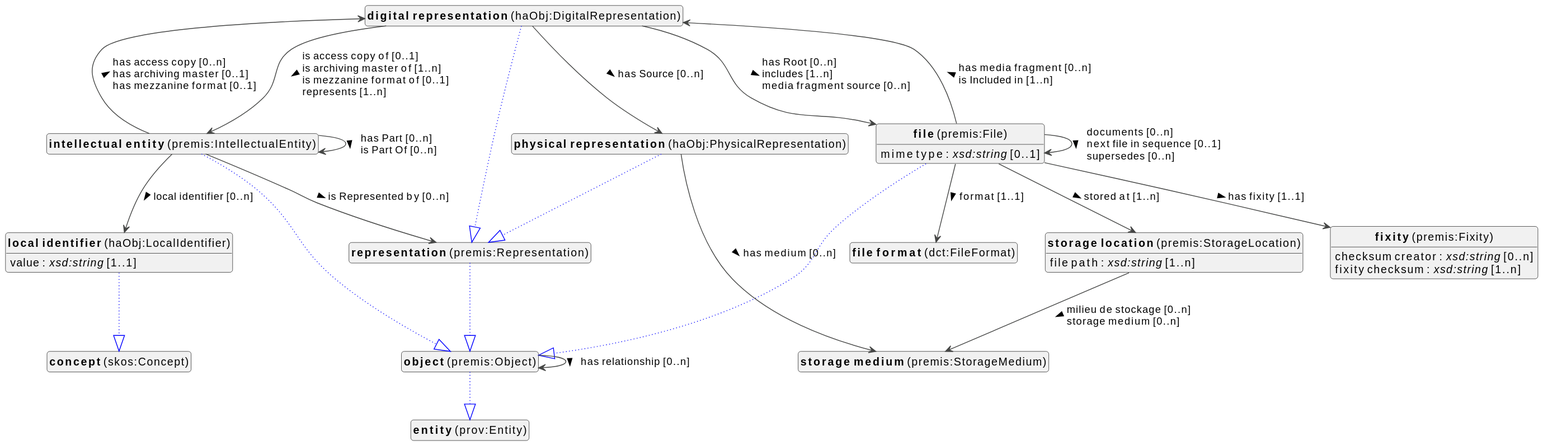
Before: docs/metadata/knowledge-graph/0.0.1/object/en/object-diagram.svg, a diagram exported from PlantUML (viaacode/documentation-jekyll).
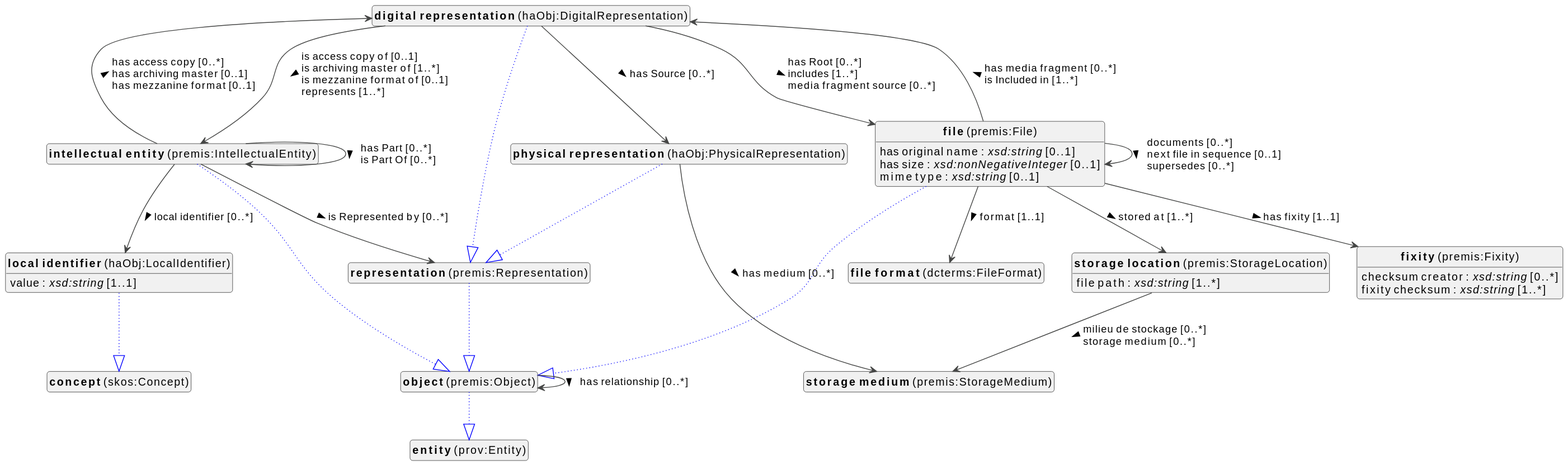
Above is the later version.

Diff of the diagram source:
```diff
@@ -14,7 +14,7 @@
 class "<b>representation</b> (premis:Representation)" as premis_Representation [[#premis%3ARepresentation]]
 class "<b>file</b> (premis:File)" as premis_File [[#premis%3AFile]]
 class "<b>object</b> (premis:Object)" as premis_Object [[#premis%3AObject]]
-class "<b>file format</b> (dct:FileFormat)" as dct_FileFormat [[#dct%3AFileFormat]]
+class "<b>file format</b> (dcterms:FileFormat)" as dcterms_FileFormat [[#dcterms%3AFileFormat]]
 class "<b>fixity</b> (premis:Fixity)" as premis_Fixity [[#premis%3AFixity]]
 class "<b>intellectual entity</b> (premis:IntellectualEntity)" as premis_IntellectualEntity [[#premis%3AIntellectualEntity]]
 class "<b>object</b> (premis:Object)" as premis_Object [[#premis%3AObject]]
@@ -31,33 +31,36 @@
 
 haObj_DigitalRepresentation --|> premis_Representation #blue;line.dotted;text:blue
 
-haObj_DigitalRepresentation --> haObj_PhysicalRepresentation :has Source [0..n]  >
-haObj_DigitalRepresentation --> premis_File :has Root [0..n]  \lincludes [1..n]  \lmedia fragment source [0..n]  >
-haObj_DigitalRepresentation --> premis_IntellectualEntity :is access copy of [0..1]  \lis archiving master of [1..n]  \lis mezzanine format of [0..1]  \lrepresents [1..n]  >
+haObj_DigitalRepresentation --> haObj_PhysicalRepresentation :has Source [0..*]  >
+haObj_DigitalRepresentation --> premis_File :has Root [0..*]  \lincludes [1..*]  \lmedia fragment source [0..*]  >
+haObj_DigitalRepresentation --> premis_IntellectualEntity :is access copy of [0..1]  \lis archiving master of [1..*]  \lis mezzanine format of [0..1]  \lrepresents [1..*]  >
 
 premis_File --|> premis_Object #blue;line.dotted;text:blue
 
+premis_File : has original name : <i>xsd:string</i> [0..1]
+premis_File : has size : <i>xsd:nonNegativeInteger</i> [0..1]
 premis_File : mime type : <i>xsd:string</i> [0..1]
-premis_File --> dct_FileFormat :format [1..1]  >
-premis_File --> haObj_DigitalRepresentation :has media fragment [0..n]  \lis Included in [1..n]  >
-premis_File --> premis_File :documents [0..n]  \lnext file in sequence [0..1]  \lsupersedes [0..n]  >
+premis_File --> dcterms_FileFormat :format [1..1]  >
+premis_File --> haObj_DigitalRepresentation :has media fragment [0..*]  \lis Included in [1..*]  >
+premis_File --> premis_File :documents [0..*]  \lnext file in sequence [0..1]  \lsupersedes [0..*]  >
 premis_File --> premis_Fixity :has fixity [1..1]  >
-premis_File --> premis_StorageLocation :stored at [1..n]  >
+premis_File --> premis_StorageLocation :stored at [1..*]  >
 
 
 
 
 
-premis_Fixity : checksum creator : <i>xsd:string</i> [0..n]
-premis_Fixity : fixity checksum : <i>xsd:string</i> [1..n]
+
+premis_Fixity : checksum creator : <i>xsd:string</i> [0..*]
+premis_Fixity : fixity checksum : <i>xsd:string</i> [1..*]
 
 
 premis_IntellectualEntity --|> premis_Object #blue;line.dotted;text:blue
 
-premis_IntellectualEntity --> haObj_DigitalRepresentation :has access copy [0..n]  \lhas archiving master [0..1]  \lhas mezzanine format [0..1]  >
-premis_IntellectualEntity --> haObj_LocalIdentifier :local identifier [0..n]  >
-premis_IntellectualEntity --> premis_IntellectualEntity :has Part [0..n]  \lis Part Of [0..n]  >
-premis_IntellectualEntity --> premis_Representation :is Represented by [0..n]  >
+premis_IntellectualEntity --> haObj_DigitalRepresentation :has access copy [0..*]  \lhas archiving master [0..1]  \lhas mezzanine format [0..1]  >
+premis_IntellectualEntity --> haObj_LocalIdentifier :local identifier [0..*]  >
+premis_IntellectualEntity --> premis_IntellectualEntity :has Part [0..*]  \lis Part Of [0..*]  >
+premis_IntellectualEntity --> premis_Representation :is Represented by [0..*]  >
 
 haObj_LocalIdentifier --|> skos_Concept #blue;line.dotted;text:blue
 
@@ -66,18 +69,18 @@
 
 premis_Object --|> prov_Entity #blue;line.dotted;text:blue
 
-premis_Object --> premis_Object :has relationship [0..n]  >
+premis_Object --> premis_Object :has relationship [0..*]  >
 
 haObj_PhysicalRepresentation --|> premis_Representation #blue;line.dotted;text:blue
 
-haObj_PhysicalRepresentation --> premis_StorageMedium :has medium [0..n]  >
+haObj_PhysicalRepresentation --> premis_StorageMedium :has medium [0..*]  >
 
 premis_Representation --|> premis_Object #blue;line.dotted;text:blue
 
 
 
-premis_StorageLocation : file path : <i>xsd:string</i> [1..n]
-premis_StorageLocation --> premis_StorageMedium :milieu de stockage [0..n]  \lstorage medium [0..n]  >
+premis_StorageLocation : file path : <i>xsd:string</i> [1..*]
+premis_StorageLocation --> premis_StorageMedium :milieu de stockage [0..*]  \lstorage medium [0..*]  >
 
 
 
```
